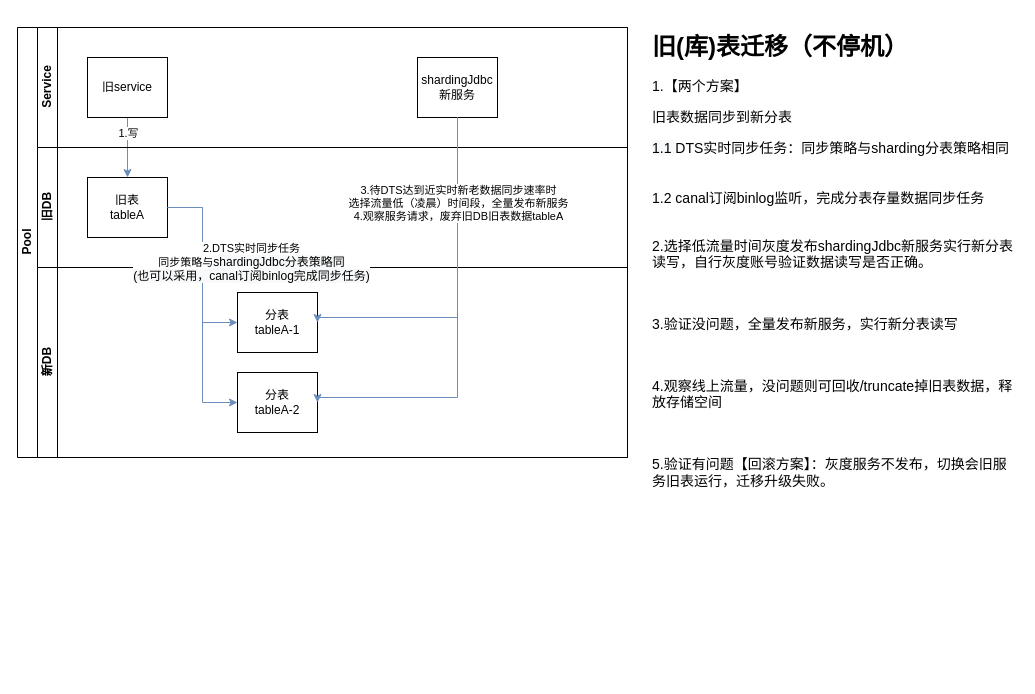
Earlier version of the draw.io diagram 并发/未命名绘图.drawio (keep-moving-free/keep-moving-free). Source tidied: cells renumbered, new cells numbered last; positions are measured from the earlier drawing's top-left corner, leaving out a move shared by most shapes. Both pictures are drawn from the tidied source at 100%, with x=0, y=0 at pixel (17, 27).
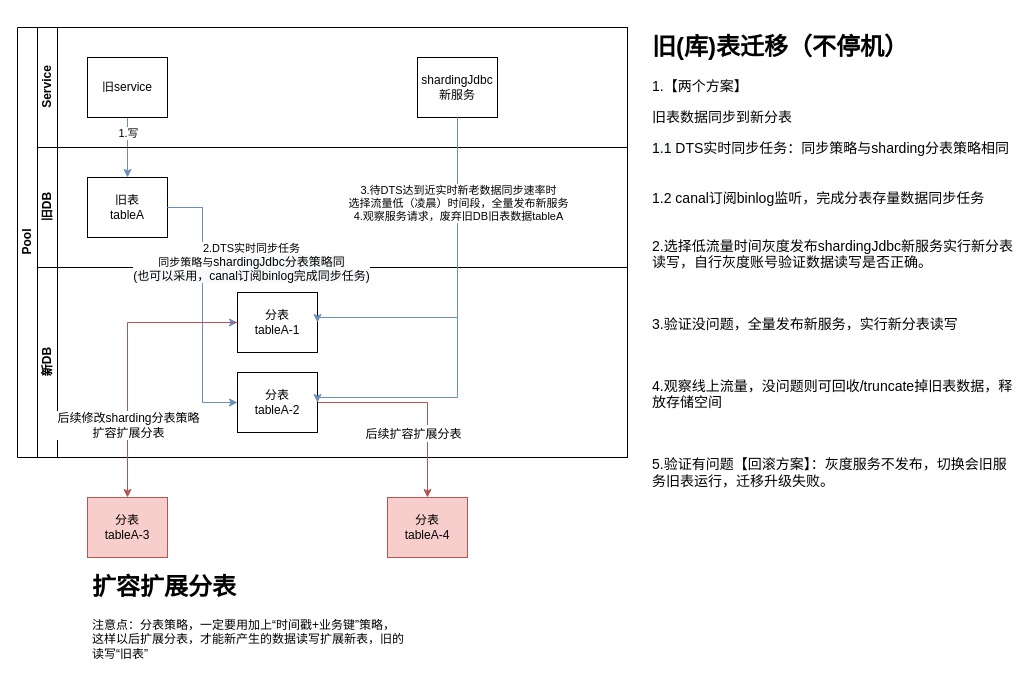
Above is the later version.

The change refers to these unchanged cells:
```xml
<mxCell id="11" value="分表&lt;br&gt;tableA-1" style="rounded=0;whiteSpace=wrap;html=1;fontFamily=Helvetica;fontSize=12;fontColor=#000000;align=center;" parent="10" vertex="1">
  <mxGeometry x="200" y="25" width="80" height="60" as="geometry" />
</mxCell>
<mxCell id="14" value="分表&lt;br&gt;tableA-2" style="rounded=0;whiteSpace=wrap;html=1;fontFamily=Helvetica;fontSize=12;fontColor=#000000;align=center;" parent="1" vertex="1">
  <mxGeometry x="220" y="345" width="80" height="60" as="geometry" />
</mxCell>
```

Diff of the diagram source:
```diff
@@
+    <mxCell id="20" style="edgeStyle=orthogonalEdgeStyle;rounded=0;jettySize=auto;html=1;fontSize=14;fillColor=#f8cecc;strokeColor=#b85450;" parent="1" edge="1" source="14" target="23">
+      <mxGeometry relative="1" as="geometry" />
+    </mxCell>
+    <mxCell id="21" value="&lt;font style=&quot;font-size: 12px&quot;&gt;后续扩容扩展分表&lt;/font&gt;" style="edgeLabel;html=1;align=center;verticalAlign=middle;fontSize=14;" parent="20" vertex="1">
+      <mxGeometry x="-0.8" y="-1" relative="1" as="geometry">
+        <mxPoint x="75" y="29" as="offset" />
+      </mxGeometry>
+    </mxCell>
@@
+    <mxCell id="22" value="分表&lt;br&gt;tableA-3" style="rounded=0;whiteSpace=wrap;html=1;fontFamily=Helvetica;fontSize=12;align=center;fillColor=#f8cecc;strokeColor=#b85450;" parent="1" vertex="1">
+      <mxGeometry x="70" y="470" width="80" height="60" as="geometry" />
+    </mxCell>
+    <mxCell id="23" value="分表&lt;br&gt;tableA-4" style="rounded=0;whiteSpace=wrap;html=1;fontFamily=Helvetica;fontSize=12;align=center;fillColor=#f8cecc;strokeColor=#b85450;" parent="1" vertex="1">
+      <mxGeometry x="370" y="470" width="80" height="60" as="geometry" />
+    </mxCell>
+    <mxCell id="24" style="edgeStyle=orthogonalEdgeStyle;rounded=0;jettySize=auto;html=1;fontSize=12;fillColor=#f8cecc;strokeColor=#b85450;" parent="1" edge="1" source="11" target="22">
+      <mxGeometry relative="1" as="geometry" />
+    </mxCell>
+    <mxCell id="25" value="后续修改sharding分表策略&lt;br&gt;扩容扩展分表" style="edgeLabel;html=1;align=center;verticalAlign=middle;fontSize=12;" parent="24" vertex="1">
+      <mxGeometry x="0.13" relative="1" as="geometry">
+        <mxPoint y="51" as="offset" />
+      </mxGeometry>
+    </mxCell>
+    <mxCell id="26" value="&lt;h1&gt;扩容扩展分表&lt;/h1&gt;&lt;p&gt;注意点：&lt;span&gt;分表策略，一定要用加上“时间戳+业务键”策略，这样以后扩展分表，才能新产生的数据读写扩展新表，旧的读写“旧表”&lt;/span&gt;&lt;/p&gt;" style="text;html=1;strokeColor=none;fillColor=none;spacing=5;spacingTop=-20;whiteSpace=wrap;overflow=hidden;rounded=0;fontSize=12;" parent="1" vertex="1">
+      <mxGeometry x="70" y="540" width="320" height="110" as="geometry" />
+    </mxCell>
```
